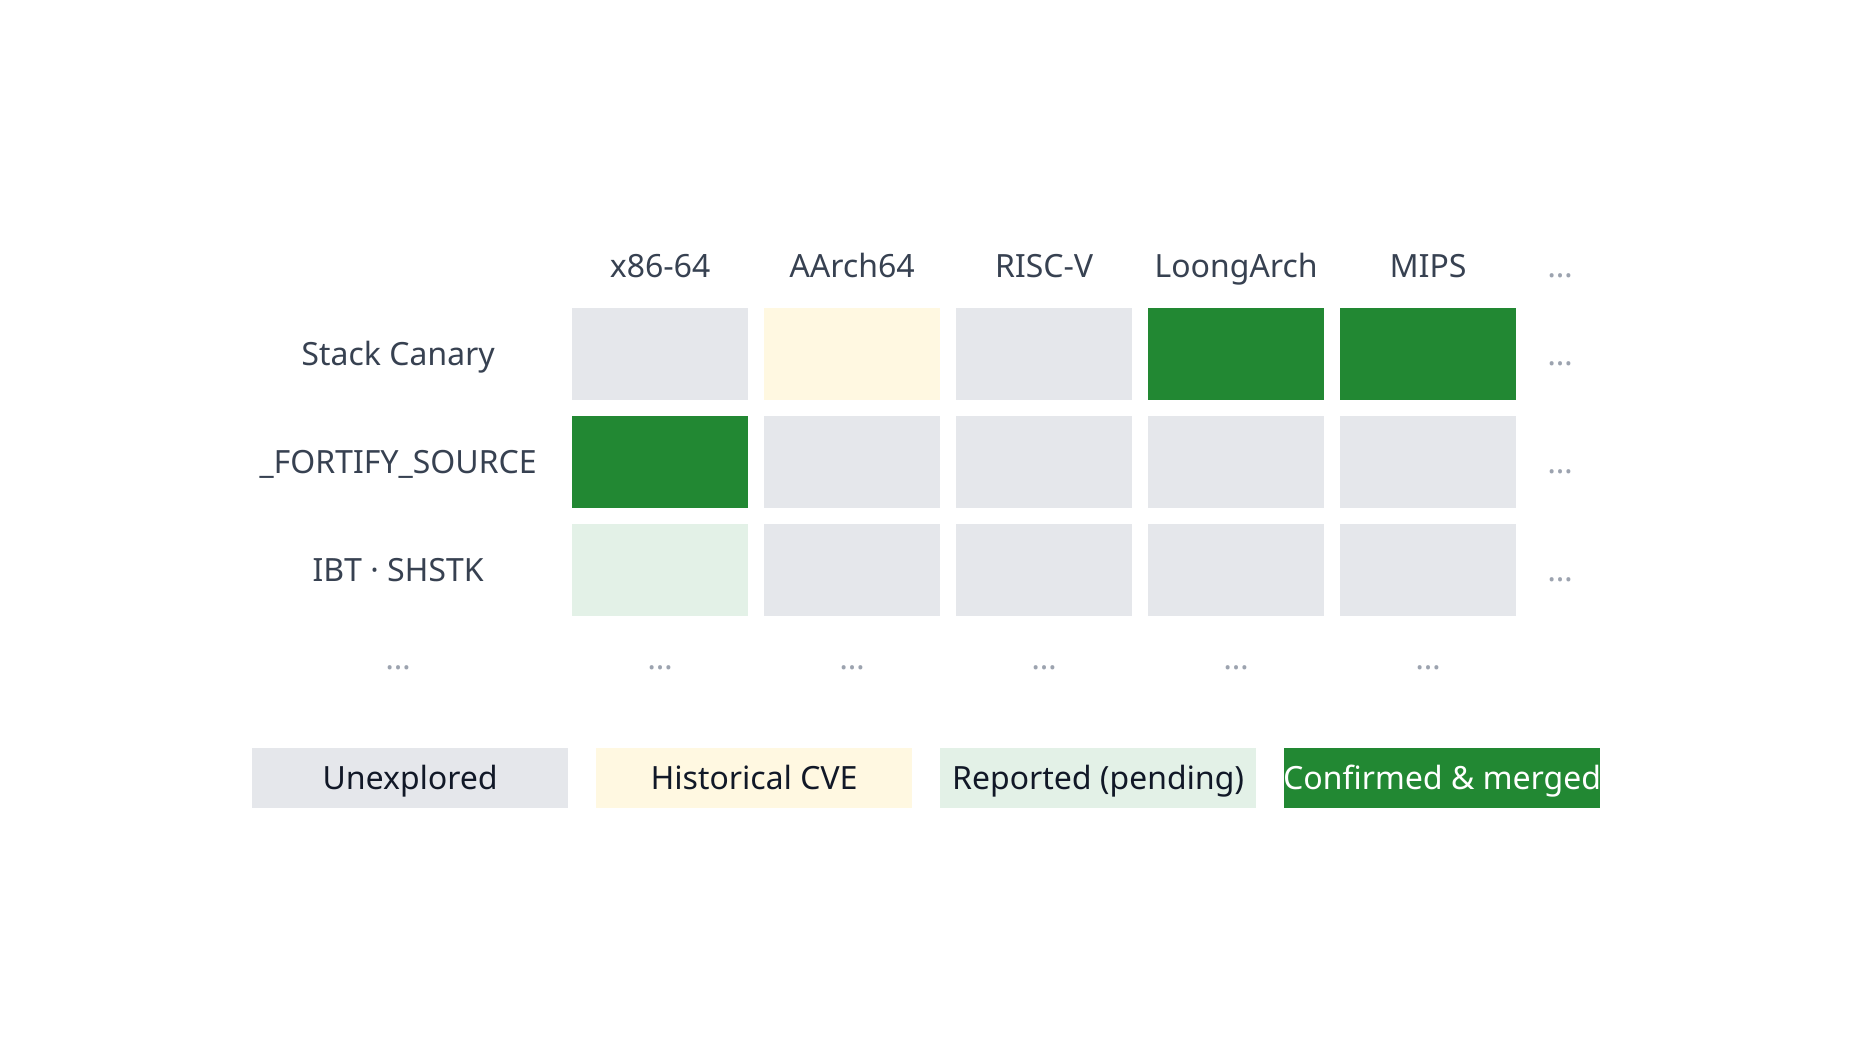
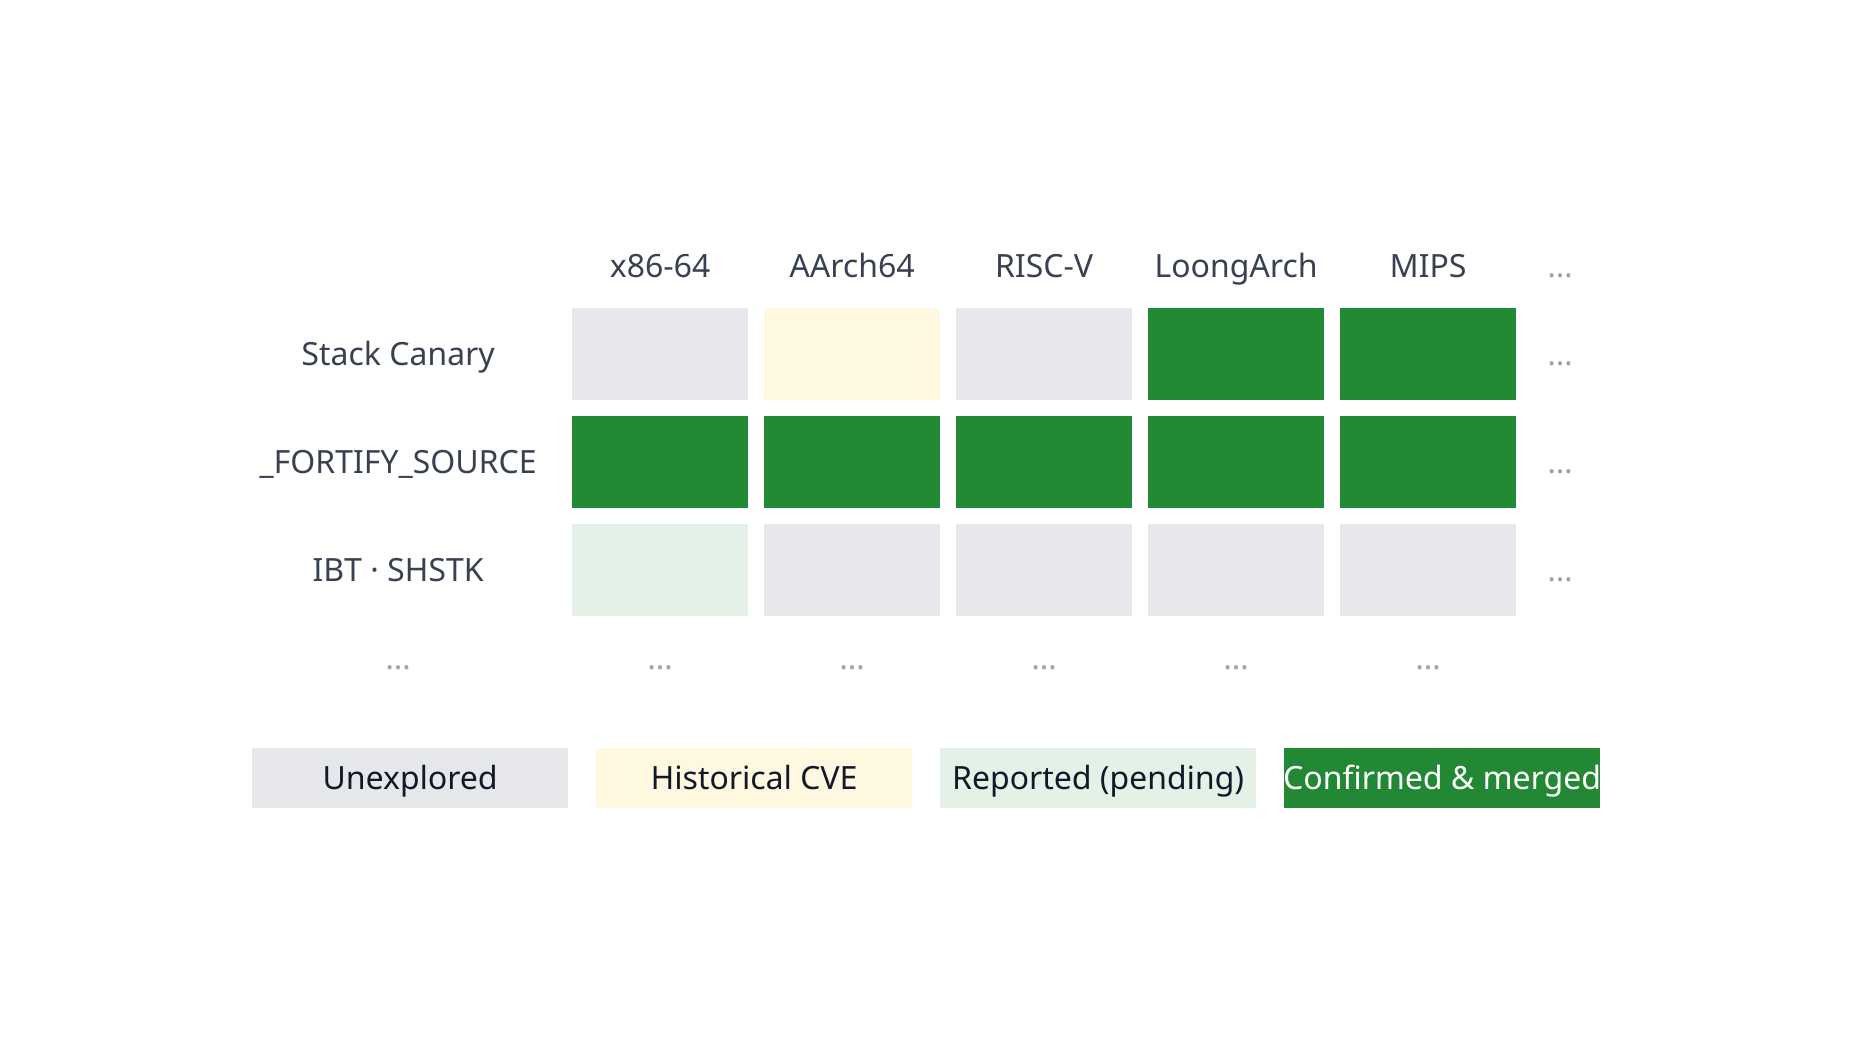
# Figure 2 — Defense × ISA research-space matrix (English)
# render: d2 --layout=dagre --pad=24 defense-matrix.en.d2 defense-matrix.en.svg

direction: down

outer: "" {
  grid-rows: 2
  grid-columns: 1
  grid-gap: 12
  style: { fill: transparent; stroke: transparent }

  matrix: "" {
    grid-rows: 5
    grid-columns: 7
    grid-gap: 6
    style: { fill: white; stroke: transparent }

    # ===== Row 0: column headers =====
    hdr-corner: "" { width: 1; height: 1; style: { fill: transparent; stroke: transparent } }
    hdr-x86:   "x86-64"     { width: 90; height: 28; style: { fill: transparent; stroke: transparent; font-color: "#374151"; bold: true } }
    hdr-arm:   "AArch64"    { width: 90; height: 28; style: { fill: transparent; stroke: transparent; font-color: "#374151"; bold: true } }
    hdr-rv:    "RISC-V"     { width: 90; height: 28; style: { fill: transparent; stroke: transparent; font-color: "#374151"; bold: true } }
    hdr-la:    "LoongArch"  { width: 90; height: 28; style: { fill: transparent; stroke: transparent; font-color: "#374151"; bold: true } }
    hdr-mips:  "MIPS"       { width: 90; height: 28; style: { fill: transparent; stroke: transparent; font-color: "#374151"; bold: true } }
    hdr-more1: "…"          { width: 30; height: 28; style: { fill: transparent; stroke: transparent; font-color: "#9CA3AF"; bold: true } }

    # ===== Row 1: Stack Canary =====
    row1-lbl: "Stack Canary" { width: 160; height: 48; style: { fill: transparent; stroke: transparent; font-color: "#374151"; bold: true } }
    r1c1: "" { width: 90; height: 48; style: { fill: "#E5E7EB"; stroke: white } }
    r1c2: "" { width: 90; height: 48; style: { fill: "#FFF8E1"; stroke: white } }
    r1c3: "" { width: 90; height: 48; style: { fill: "#E5E7EB"; stroke: white } }
    r1c4: "" { width: 90; height: 48; style: { fill: "#228833"; stroke: white } }
    r1c5: "" { width: 90; height: 48; style: { fill: "#228833"; stroke: white } }
    r1c6: "…" { width: 30; height: 48; style: { fill: transparent; stroke: transparent; font-color: "#9CA3AF" } }

    # ===== Row 2: _FORTIFY_SOURCE =====
    row2-lbl: "_FORTIFY_SOURCE" { width: 160; height: 48; style: { fill: transparent; stroke: transparent; font-color: "#374151"; bold: true } }
    r2c1: "" { width: 90; height: 48; style: { fill: "#228833"; stroke: white } }
-     r2c2: "" { width: 90; height: 48; style: { fill: "#E5E7EB"; stroke: white } }
-     r2c3: "" { width: 90; height: 48; style: { fill: "#E5E7EB"; stroke: white } }
-     r2c4: "" { width: 90; height: 48; style: { fill: "#E5E7EB"; stroke: white } }
-     r2c5: "" { width: 90; height: 48; style: { fill: "#E5E7EB"; stroke: white } }
+     r2c2: "" { width: 90; height: 48; style: { fill: "#228833"; stroke: white } }
+     r2c3: "" { width: 90; height: 48; style: { fill: "#228833"; stroke: white } }
+     r2c4: "" { width: 90; height: 48; style: { fill: "#228833"; stroke: white } }
+     r2c5: "" { width: 90; height: 48; style: { fill: "#228833"; stroke: white } }
    r2c6: "…" { width: 30; height: 48; style: { fill: transparent; stroke: transparent; font-color: "#9CA3AF" } }

    # ===== Row 3: IBT · SHSTK =====
    row3-lbl: "IBT · SHSTK" { width: 160; height: 48; style: { fill: transparent; stroke: transparent; font-color: "#374151"; bold: true } }
    r3c1: "" { width: 90; height: 48; style: { fill: "#E3F1E7"; stroke: white } }
    r3c2: "" { width: 90; height: 48; style: { fill: "#E5E7EB"; stroke: white } }
    r3c3: "" { width: 90; height: 48; style: { fill: "#E5E7EB"; stroke: white } }
    r3c4: "" { width: 90; height: 48; style: { fill: "#E5E7EB"; stroke: white } }
    r3c5: "" { width: 90; height: 48; style: { fill: "#E5E7EB"; stroke: white } }
    r3c6: "…" { width: 30; height: 48; style: { fill: transparent; stroke: transparent; font-color: "#9CA3AF" } }

    # ===== Row 4: ellipsis =====
    row4-lbl: "…" { width: 160; height: 28; style: { fill: transparent; stroke: transparent; font-color: "#9CA3AF"; bold: true } }
    r4c1: "…" { width: 90; height: 28; style: { fill: transparent; stroke: transparent; font-color: "#9CA3AF" } }
    r4c2: "…" { width: 90; height: 28; style: { fill: transparent; stroke: transparent; font-color: "#9CA3AF" } }
    r4c3: "…" { width: 90; height: 28; style: { fill: transparent; stroke: transparent; font-color: "#9CA3AF" } }
    r4c4: "…" { width: 90; height: 28; style: { fill: transparent; stroke: transparent; font-color: "#9CA3AF" } }
    r4c5: "…" { width: 90; height: 28; style: { fill: transparent; stroke: transparent; font-color: "#9CA3AF" } }
    r4c6: "" { width: 1; height: 1; style: { fill: transparent; stroke: transparent } }
  }

  legend: "" {
    grid-columns: 4
    grid-gap: 12
    style: { fill: white; stroke: transparent }

    l1: "Unexplored" {
      width: 160; height: 32
      style: { fill: "#E5E7EB"; stroke: white; font-color: "#111827" }
    }
    l2: "Historical CVE" {
      width: 160; height: 32
      style: { fill: "#FFF8E1"; stroke: white; font-color: "#111827" }
    }
    l3: "Reported (pending)" {
      width: 160; height: 32
      style: { fill: "#E3F1E7"; stroke: white; font-color: "#111827" }
    }
    l4: "Confirmed & merged" {
      width: 160; height: 32
      style: { fill: "#228833"; stroke: white; font-color: white }
    }
  }
}
